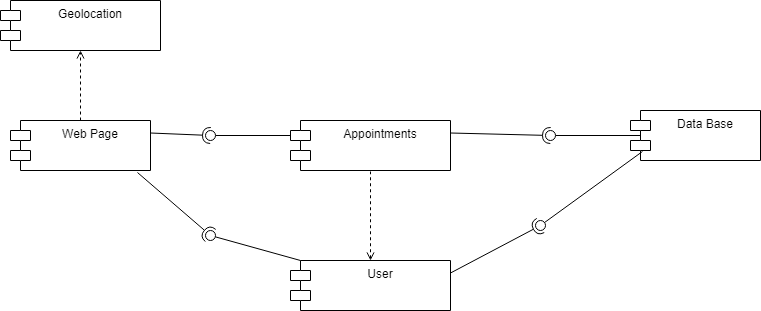
Above: Documents/RTF1/Components diagram.png in andersonbp13/owl-devs (draw.io), before the change. Source tidied: cells renumbered, new cells last; positions are measured from the earlier drawing's top-left corner, leaving out a move shared by most shapes.
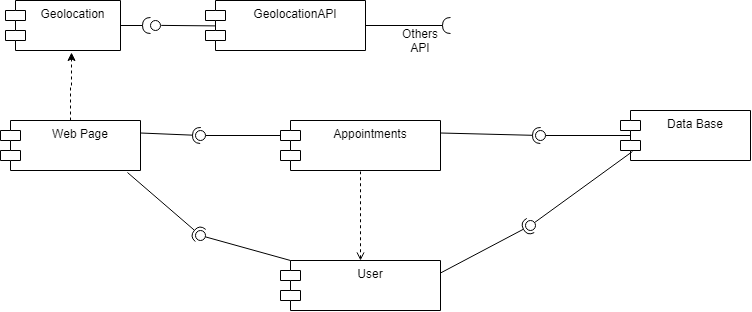
The same file after the commit.

Commit message:
Components diagram and RTF1 fixed

What changed in the source:
```diff
@@ -8,9 +8,9 @@
     <mxCell id="3" value="Data Base" style="shape=module;align=left;spacingLeft=20;align=center;verticalAlign=top;" parent="1" vertex="1">
       <mxGeometry x="630" y="110" width="130" height="50" as="geometry" />
     </mxCell>
-    <mxCell id="4" style="edgeStyle=orthogonalEdgeStyle;rounded=0;jettySize=auto;html=1;exitX=0.5;exitY=0;exitDx=0;exitDy=0;entryX=0.5;entryY=1;entryDx=0;entryDy=0;dashed=1;startArrow=none;startFill=0;endArrow=open;endFill=0;" parent="1" edge="1" source="5" target="8">
-      <mxGeometry relative="1" as="geometry" />
-    </mxCell>
+    <mxCell id="21" style="edgeStyle=orthogonalEdgeStyle;rounded=0;jettySize=auto;html=1;exitX=0.5;exitY=0;exitDx=0;exitDy=0;entryX=0.574;entryY=1.04;entryDx=0;entryDy=0;entryPerimeter=0;dashed=1;" parent="1" edge="1" source="5" target="23">
+      <mxGeometry relative="1" as="geometry" />
+    </mxCell>
     <mxCell id="5" value="Web Page" style="shape=module;align=left;spacingLeft=20;align=center;verticalAlign=top;" parent="1" vertex="1">
       <mxGeometry x="10" y="120" width="140" height="50" as="geometry" />
     </mxCell>
@@ -25,8 +25,8 @@
     <mxCell id="7" value="User" style="shape=module;align=left;spacingLeft=20;align=center;verticalAlign=top;" parent="1" vertex="1">
       <mxGeometry x="290" y="260" width="160" height="50" as="geometry" />
     </mxCell>
-    <mxCell id="8" value="Geolocation" style="shape=module;align=left;spacingLeft=20;align=center;verticalAlign=top;" parent="1" vertex="1">
-      <mxGeometry width="160" height="50" as="geometry" />
+    <mxCell id="8" value="GeolocationAPI" style="shape=module;align=left;spacingLeft=20;align=center;verticalAlign=top;" parent="1" vertex="1">
+      <mxGeometry x="215" width="160" height="50" as="geometry" />
     </mxCell>
     <mxCell id="9" style="rounded=0;jettySize=auto;html=1;endArrow=none;endFill=0;" parent="1" edge="1" target="11">
       <mxGeometry relative="1" as="geometry">
@@ -66,5 +66,30 @@
     <mxCell id="20" style="ellipse;whiteSpace=wrap;html=1;fontFamily=Helvetica;fontSize=12;fontColor=#000000;align=center;strokeColor=#000000;fillColor=#ffffff;points=[];" parent="1" vertex="1">
       <mxGeometry x="205" y="130" width="10" height="10" as="geometry" />
     </mxCell>
+    <mxCell id="22" style="rounded=0;jettySize=auto;html=1;endArrow=halfCircle;endFill=0;endSize=6;strokeWidth=1;exitX=1;exitY=0.5;exitDx=0;exitDy=0;" parent="1" edge="1" source="8">
+      <mxGeometry relative="1" as="geometry">
+        <mxPoint x="460" y="25" as="targetPoint" />
+      </mxGeometry>
+    </mxCell>
+    <mxCell id="23" value="Geolocation" style="shape=module;align=left;spacingLeft=20;align=center;verticalAlign=top;" parent="1" vertex="1">
+      <mxGeometry x="15" width="115" height="50" as="geometry" />
+    </mxCell>
+    <mxCell id="24" style="rounded=0;jettySize=auto;html=1;endArrow=none;endFill=0;exitX=0.06;exitY=0.508;exitDx=0;exitDy=0;exitPerimeter=0;entryX=1.071;entryY=0.49;entryDx=0;entryDy=0;entryPerimeter=0;" parent="1" edge="1" source="8" target="26">
+      <mxGeometry relative="1" as="geometry" />
+    </mxCell>
+    <mxCell id="25" style="rounded=0;jettySize=auto;html=1;endArrow=halfCircle;endFill=0;endSize=6;strokeWidth=1;exitX=1;exitY=0.5;exitDx=0;exitDy=0;" parent="1" edge="1" source="26">
+      <mxGeometry relative="1" as="geometry">
+        <mxPoint x="170" y="25" as="targetPoint" />
+      </mxGeometry>
+    </mxCell>
+    <mxCell id="26" style="ellipse;whiteSpace=wrap;html=1;fontFamily=Helvetica;fontSize=12;fontColor=#000000;align=center;strokeColor=#000000;fillColor=#ffffff;points=[];" parent="1" vertex="1">
+      <mxGeometry x="160" y="20" width="10" height="10" as="geometry" />
+    </mxCell>
+    <mxCell id="27" style="rounded=0;jettySize=auto;html=1;endArrow=halfCircle;endFill=0;endSize=6;strokeWidth=1;exitX=1;exitY=0.5;exitDx=0;exitDy=0;" parent="1" edge="1" source="23" target="26">
+      <mxGeometry relative="1" as="geometry" />
+    </mxCell>
+    <mxCell id="28" value="Others API" style="text;html=1;strokeColor=none;fillColor=none;align=center;verticalAlign=middle;whiteSpace=wrap;rounded=0;" parent="1" vertex="1">
+      <mxGeometry x="410" y="30" width="40" height="20" as="geometry" />
+    </mxCell>
   </root>
 </mxGraphModel>
```
